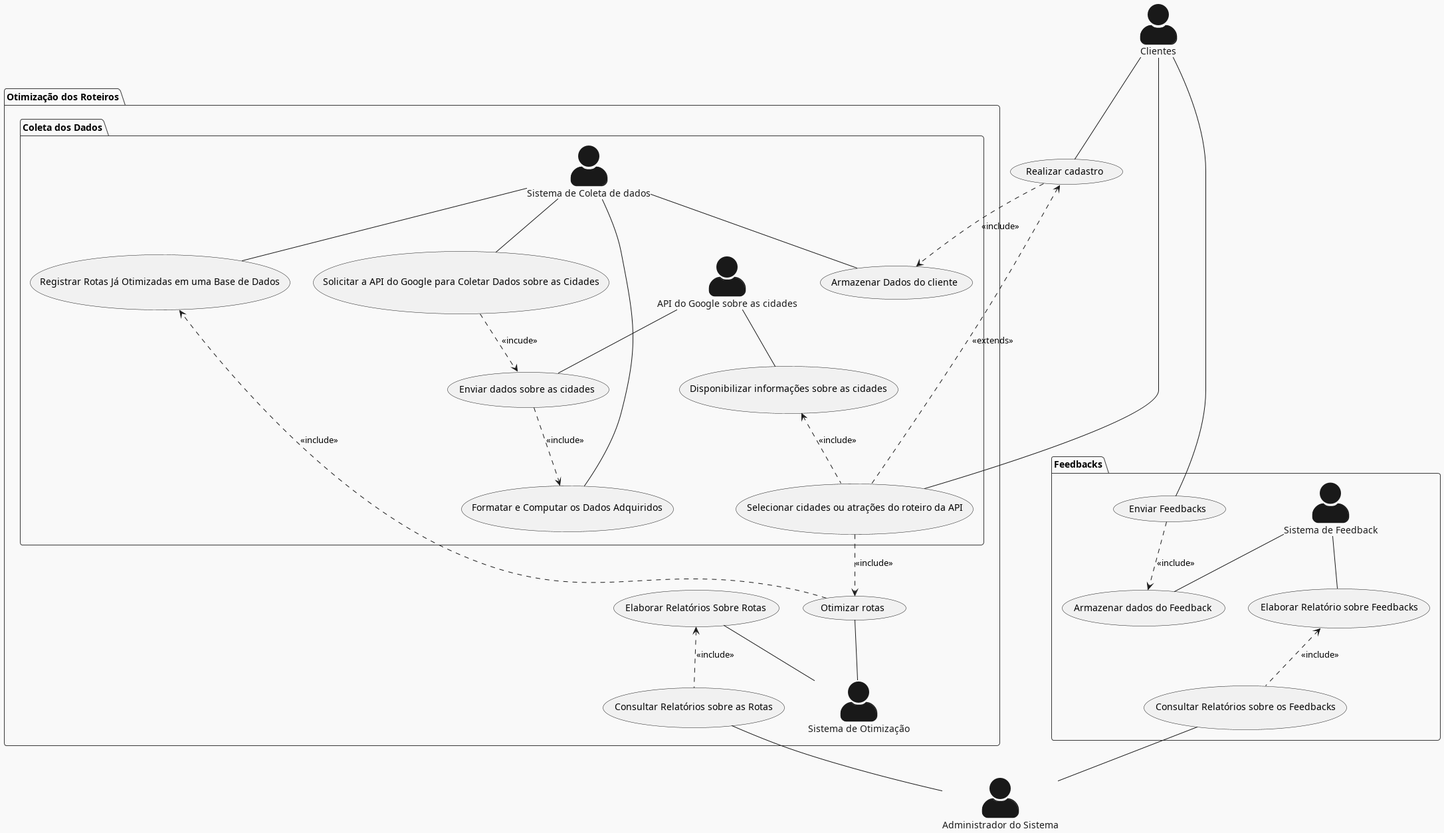
Before: Relatório/Semana-1/Diagramas/DCU.png, a diagram exported from PlantUML (pedrodilallo/site_turismo_SIG).
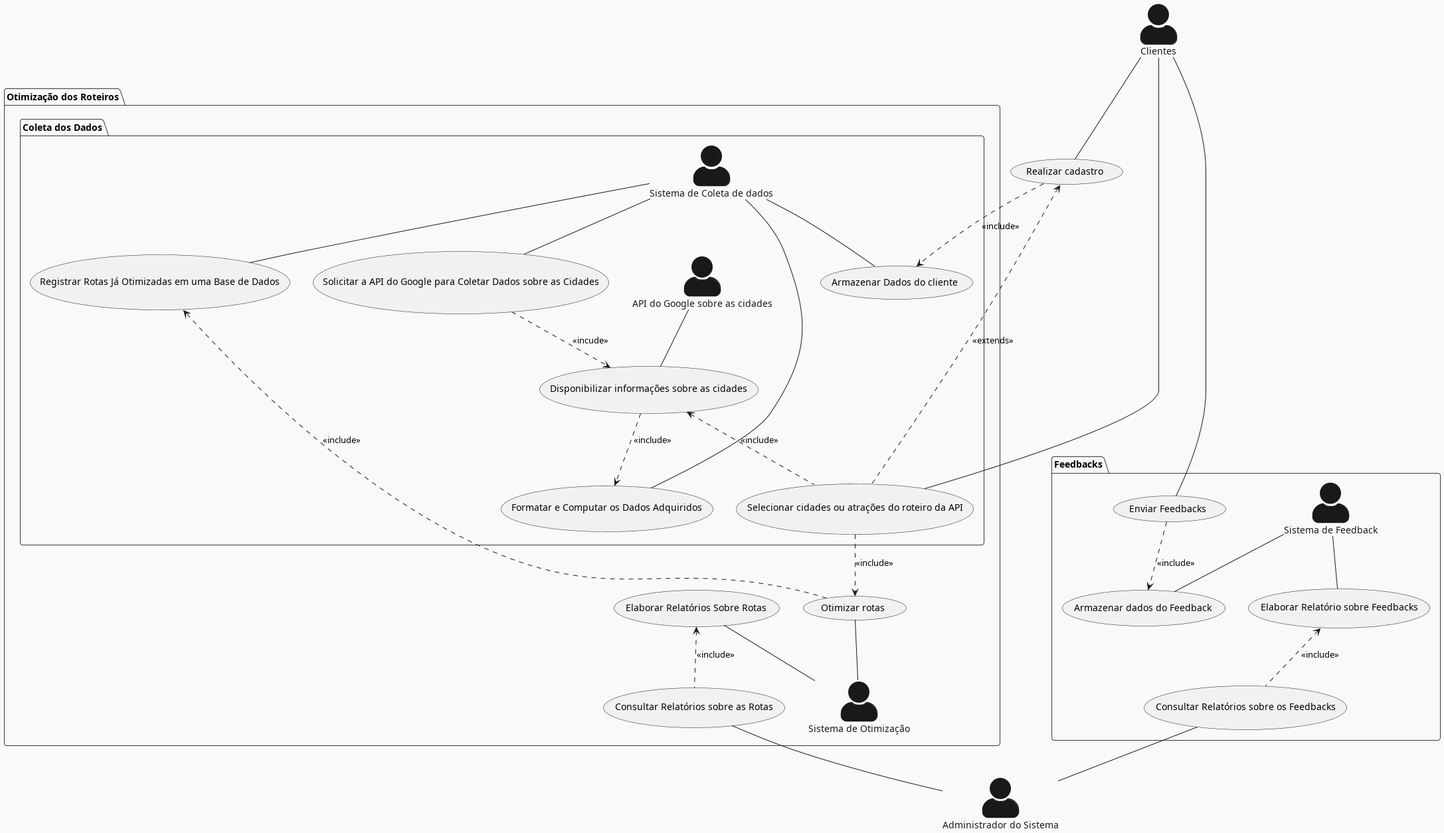
Above is the later version.

Change to the diagram source:
```diff
@@ -25,15 +25,14 @@
 
         (Selecionar cidades ou atrações do roteiro da API) ..> (Otimizar rotas): <<include>>
 
-        (Solicitar a API do Google para Coletar Dados sobre as Cidades) ..> (Enviar dados sobre as cidades) : <<incude>>
+        (Solicitar a API do Google para Coletar Dados sobre as Cidades) ..> (Disponibilizar informações sobre as cidades) : <<incude>>
         coletador -- (Solicitar a API do Google para Coletar Dados sobre as Cidades)
         coletador -- (Registrar Rotas Já Otimizadas em uma Base de Dados)
         coletador -- (Formatar e Computar os Dados Adquiridos)
-        API -- (Enviar dados sobre as cidades)
         API -- (Disponibilizar informações sobre as cidades)
         (Disponibilizar informações sobre as cidades) <.. (Selecionar cidades ou atrações do roteiro da API) : <<include>>
         (Otimizar rotas) ..> (Registrar Rotas Já Otimizadas em uma Base de Dados) : <<include>>
-
+        (Disponibilizar informações sobre as cidades) ..> (Formatar e Computar os Dados Adquiridos):<<include>>
         (Realizar cadastro) ..> (Armazenar Dados do cliente): <<include>>
 
         coletador -- (Armazenar Dados do cliente)
@@ -56,7 +55,6 @@
 
 
 (Realizar cadastro) <.. (Selecionar cidades ou atrações do roteiro da API) : <<extends>>
-(Enviar dados sobre as cidades) ..> (Formatar e Computar os Dados Adquiridos) : <<include>>
 
 
 package "Feedbacks"{
```
